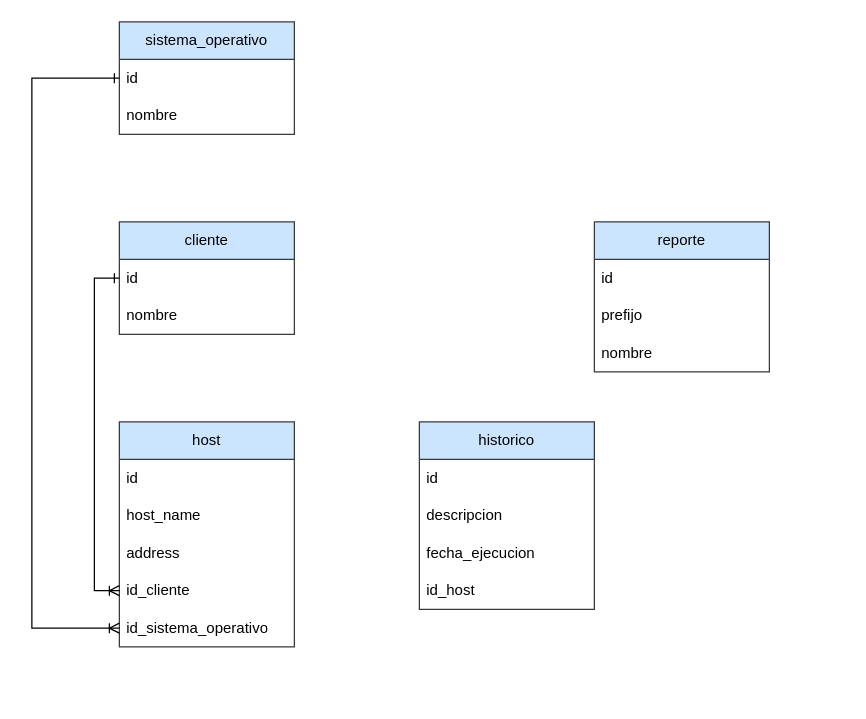
The draw.io diagram page "Nagios_BD" (5 of 5) of Diagrama sin título.drawio in Ever-417/diagramas, before the edit. Source tidied: cells renumbered, new cells numbered last; positions are measured from the earlier drawing's top-left corner, leaving out a move shared by most shapes. Both pictures are drawn from the tidied source at 125%, with x=0, y=0 at pixel (31, 21).
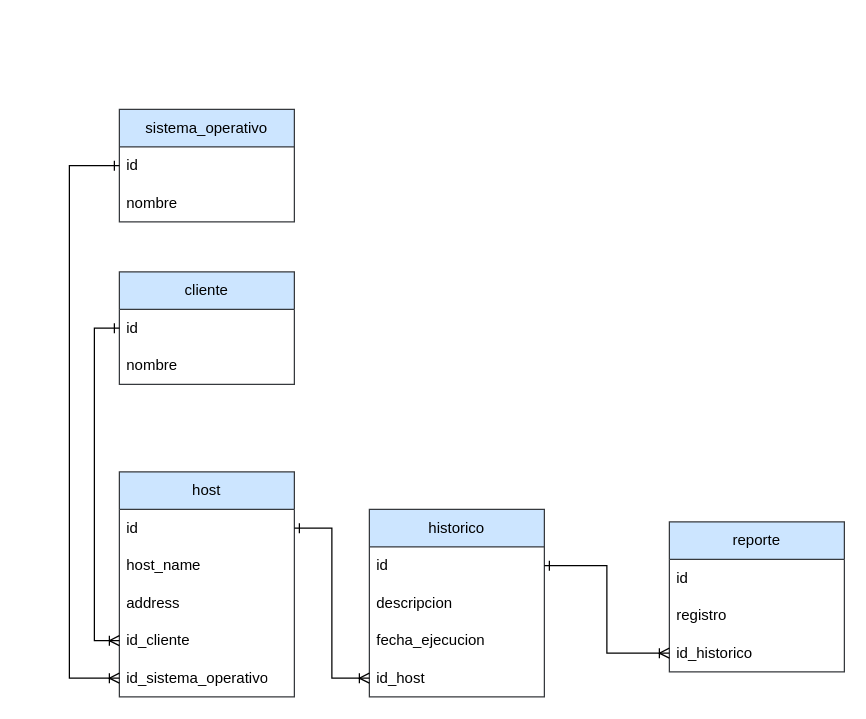
The same diagram, later.

Unchanged cells that the change refers to:
```xml
<mxCell id="3" value="id" style="text;strokeColor=none;fillColor=none;align=left;verticalAlign=middle;spacingLeft=4;spacingRight=4;overflow=hidden;points=[[0,0.5],[1,0.5]];portConstraint=eastwest;whiteSpace=wrap;html=1;" parent="2" vertex="1">
  <mxGeometry y="30" width="140" height="30" as="geometry" />
</mxCell>
<mxCell id="9" value="id" style="text;strokeColor=none;fillColor=none;align=left;verticalAlign=middle;spacingLeft=4;spacingRight=4;overflow=hidden;points=[[0,0.5],[1,0.5]];portConstraint=eastwest;whiteSpace=wrap;html=1;" parent="8" vertex="1">
  <mxGeometry y="30" width="140" height="30" as="geometry" />
</mxCell>
<mxCell id="13" value="id_sistema_operativo" style="text;strokeColor=none;fillColor=none;align=left;verticalAlign=middle;spacingLeft=4;spacingRight=4;overflow=hidden;points=[[0,0.5],[1,0.5]];portConstraint=eastwest;whiteSpace=wrap;html=1;" parent="8" vertex="1">
  <mxGeometry y="150" width="140" height="30" as="geometry" />
</mxCell>
<mxCell id="21" value="id" style="text;strokeColor=none;fillColor=none;align=left;verticalAlign=middle;spacingLeft=4;spacingRight=4;overflow=hidden;points=[[0,0.5],[1,0.5]];portConstraint=eastwest;whiteSpace=wrap;html=1;" parent="20" vertex="1">
  <mxGeometry y="30" width="140" height="30" as="geometry" />
</mxCell>
<mxCell id="24" value="id_host" style="text;strokeColor=none;fillColor=none;align=left;verticalAlign=middle;spacingLeft=4;spacingRight=4;overflow=hidden;points=[[0,0.5],[1,0.5]];portConstraint=eastwest;whiteSpace=wrap;html=1;" parent="20" vertex="1">
  <mxGeometry y="120" width="140" height="30" as="geometry" />
</mxCell>
```

Diff of the diagram source:
```diff
@@
     <mxCell id="2" value="sistema_operativo" style="swimlane;fontStyle=0;horizontal=1;startSize=30;whiteSpace=wrap;html=1;fillColor=#cce5ff;strokeColor=#36393d;" parent="1" vertex="1">
-      <mxGeometry x="70" width="140" height="90" as="geometry" />
+      <mxGeometry x="70" y="70" width="140" height="90" as="geometry" />
     </mxCell>
@@
     <mxCell id="5" value="cliente" style="swimlane;fontStyle=0;horizontal=1;startSize=30;whiteSpace=wrap;html=1;fillColor=#cce5ff;strokeColor=#36393d;" parent="1" vertex="1">
-      <mxGeometry x="70" y="160" width="140" height="90" as="geometry" />
+      <mxGeometry x="70" y="200" width="140" height="90" as="geometry" />
     </mxCell>
@@
     <mxCell id="8" value="host" style="swimlane;fontStyle=0;horizontal=1;startSize=30;whiteSpace=wrap;html=1;fillColor=#cce5ff;strokeColor=#36393d;" parent="1" vertex="1">
-      <mxGeometry x="70" y="320" width="140" height="180" as="geometry" />
+      <mxGeometry x="70" y="360" width="140" height="180" as="geometry" />
     </mxCell>
@@
     <mxCell id="14" value="reporte" style="swimlane;fontStyle=0;horizontal=1;startSize=30;whiteSpace=wrap;html=1;fillColor=#cce5ff;strokeColor=#36393d;" parent="1" vertex="1">
-      <mxGeometry x="450" y="160" width="140" height="120" as="geometry" />
+      <mxGeometry x="510" y="400" width="140" height="120" as="geometry" />
     </mxCell>
@@
+    <mxCell id="17" value="registro" style="text;strokeColor=none;fillColor=none;align=left;verticalAlign=middle;spacingLeft=4;spacingRight=4;overflow=hidden;whiteSpace=wrap;html=1;" parent="14" vertex="1">
+      <mxGeometry y="60" width="140" height="30" as="geometry" />
+    </mxCell>
-    <mxCell id="16" value="prefijo" style="text;strokeColor=none;fillColor=none;align=left;verticalAlign=middle;spacingLeft=4;spacingRight=4;overflow=hidden;points=[[0,0.5],[1,0.5]];portConstraint=eastwest;whiteSpace=wrap;html=1;" parent="14" vertex="1">
-      <mxGeometry y="60" width="140" height="30" as="geometry" />
+    <mxCell id="16" value="id_historico" style="text;strokeColor=none;fillColor=none;align=left;verticalAlign=middle;spacingLeft=4;spacingRight=4;overflow=hidden;points=[[0,0.5],[1,0.5]];portConstraint=eastwest;whiteSpace=wrap;html=1;" parent="14" vertex="1">
+      <mxGeometry y="90" width="140" height="30" as="geometry" />
     </mxCell>
-    <mxCell id="17" value="nombre" style="text;strokeColor=none;fillColor=none;align=left;verticalAlign=middle;spacingLeft=4;spacingRight=4;overflow=hidden;whiteSpace=wrap;html=1;" parent="14" vertex="1">
-      <mxGeometry y="90" width="140" height="30" as="geometry" />
-    </mxCell>
@@
-    <mxCell id="19" style="edgeStyle=orthogonalEdgeStyle;rounded=0;jettySize=auto;html=1;entryX=0;entryY=0.5;entryDx=0;entryDy=0;endArrow=ERoneToMany;endFill=0;startArrow=ERone;startFill=0;" parent="1" edge="1" source="3" target="13">
+    <mxCell id="19" style="edgeStyle=orthogonalEdgeStyle;rounded=0;jettySize=auto;html=1;entryX=0;entryY=0.5;entryDx=0;entryDy=0;endArrow=ERoneToMany;endFill=0;startArrow=ERone;startFill=0;exitX=0;exitY=0.5;exitDx=0;exitDy=0;" parent="1" edge="1" source="3" target="13">
       <mxGeometry relative="1" as="geometry">
         <Array as="points">
-          <mxPoint y="45" />
-          <mxPoint y="485" />
+          <mxPoint x="30" y="115" />
+          <mxPoint x="30" y="525" />
         </Array>
       </mxGeometry>
     </mxCell>
     <mxCell id="20" value="historico" style="swimlane;fontStyle=0;horizontal=1;startSize=30;whiteSpace=wrap;html=1;fillColor=#cce5ff;strokeColor=#36393d;" parent="1" vertex="1">
-      <mxGeometry x="310" y="320" width="140" height="150" as="geometry" />
+      <mxGeometry x="270" y="390" width="140" height="150" as="geometry" />
     </mxCell>
@@
+    <mxCell id="25" style="edgeStyle=orthogonalEdgeStyle;rounded=0;jettySize=auto;html=1;entryX=1;entryY=0.5;entryDx=0;entryDy=0;endArrow=ERone;endFill=0;startArrow=ERoneToMany;startFill=0;" parent="1" edge="1" source="24" target="9">
+      <mxGeometry relative="1" as="geometry" />
+    </mxCell>
+    <mxCell id="26" style="edgeStyle=orthogonalEdgeStyle;rounded=0;jettySize=auto;html=1;entryX=1;entryY=0.5;entryDx=0;entryDy=0;endArrow=ERone;endFill=0;startArrow=ERoneToMany;startFill=0;" parent="1" edge="1" source="16" target="21">
+      <mxGeometry relative="1" as="geometry" />
+    </mxCell>
```
